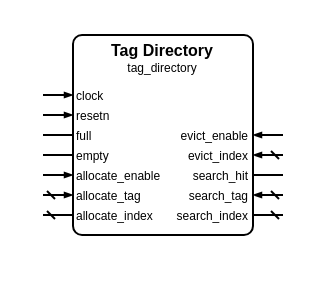
Above: sources/memory/tag_directory/tag_directory.symbol.drawio in Louis-DR/OmniCores-BuildingBlocks (draw.io), before the change. Source tidied: cells renumbered, new cells numbered last; positions are measured from the earlier drawing's top-left corner, leaving out a move shared by most shapes. Both pictures are drawn from the tidied source at 200%, with x=0, y=0 at pixel (42, 34).
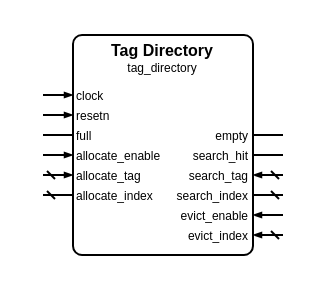
Above is the later version.

Commit message (it also covers changes not shown here):
[Doc] Updates of the symbols for tag directory and content addressable memory

The edit, as a diff of the source:
```diff
@@
     <mxCell id="2" style="group;" parent="1" vertex="1">
-      <mxGeometry width="120" height="100" as="geometry" />
+      <mxGeometry width="120" height="110" as="geometry" />
     </mxCell>
     <mxCell id="3" style="rounded=1;arcSize=5;fillColor=none;strokeWidth=1;strokeColor=black;whiteSpace=wrap;html=1;" parent="2" vertex="1">
-      <mxGeometry x="15" width="90" height="100" as="geometry" />
+      <mxGeometry x="15" width="90" height="110" as="geometry" />
     </mxCell>
@@
-    <mxCell id="12" value="evict_enable" style="text;html=1;align=right;verticalAlign=middle;whiteSpace=wrap;rounded=0;fontSize=6;fontStyle=0;fontColor=black;" parent="2" vertex="1">
-      <mxGeometry x="15" y="50" width="90" as="geometry" />
-    </mxCell>
-    <mxCell id="13" style="html=1;rounded=1;strokeWidth=1;strokeColor=black;startFill=0;startSize=2;startArrow=none;endFill=1;endSize=2;endArrow=blockThin;sourcePerimeterSpacing=0;" parent="2" edge="1">
-      <mxGeometry relative="1" as="geometry">
-        <mxPoint x="120" y="50" as="sourcePoint" />
-        <mxPoint x="105" y="50" as="targetPoint" />
-      </mxGeometry>
-    </mxCell>
-    <mxCell id="14" value="empty" style="text;html=1;align=left;verticalAlign=middle;whiteSpace=wrap;rounded=0;fontSize=6;fontStyle=0;fontColor=black;" parent="2" vertex="1">
-      <mxGeometry x="15" y="60" width="90" as="geometry" />
+    <mxCell id="14" value="empty" style="text;html=1;align=right;verticalAlign=middle;whiteSpace=wrap;rounded=0;fontSize=6;fontStyle=0;fontColor=black;" parent="2" vertex="1">
+      <mxGeometry x="15" y="50" width="90" as="geometry" />
     </mxCell>
     <mxCell id="15" style="html=1;rounded=1;strokeWidth=1;strokeColor=black;startFill=0;startSize=2;startArrow=none;endFill=1;endSize=2;endArrow=none;sourcePerimeterSpacing=0;" parent="2" edge="1">
       <mxGeometry relative="1" as="geometry">
-        <mxPoint y="60" as="sourcePoint" />
-        <mxPoint x="15" y="60" as="targetPoint" />
+        <mxPoint x="120" y="50" as="sourcePoint" />
+        <mxPoint x="105" y="50" as="targetPoint" />
       </mxGeometry>
     </mxCell>
-    <mxCell id="16" value="evict_index" style="text;html=1;align=right;verticalAlign=middle;whiteSpace=wrap;rounded=0;fontSize=6;fontStyle=0;fontColor=black;" parent="2" vertex="1">
-      <mxGeometry x="15" y="60" width="90" as="geometry" />
-    </mxCell>
-    <mxCell id="17" style="html=1;rounded=1;strokeWidth=1;strokeColor=black;startFill=0;startSize=2;startArrow=dash;endFill=1;endSize=2;endArrow=blockThin;sourcePerimeterSpacing=0;" parent="2" edge="1">
-      <mxGeometry relative="1" as="geometry">
-        <mxPoint x="120" y="60" as="sourcePoint" />
-        <mxPoint x="105" y="60" as="targetPoint" />
-      </mxGeometry>
-    </mxCell>
     <mxCell id="18" value="allocate_enable" style="text;html=1;align=left;verticalAlign=middle;whiteSpace=wrap;rounded=0;fontSize=6;fontStyle=0;fontColor=black;" parent="2" vertex="1">
-      <mxGeometry x="15" y="70" width="90" as="geometry" />
+      <mxGeometry x="15" y="60" width="90" as="geometry" />
     </mxCell>
     <mxCell id="19" style="html=1;rounded=1;strokeWidth=1;strokeColor=black;startFill=0;startSize=2;startArrow=none;endFill=1;endSize=2;endArrow=blockThin;sourcePerimeterSpacing=0;" parent="2" edge="1">
       <mxGeometry relative="1" as="geometry">
-        <mxPoint y="70" as="sourcePoint" />
-        <mxPoint x="15" y="70" as="targetPoint" />
+        <mxPoint y="60" as="sourcePoint" />
+        <mxPoint x="15" y="60" as="targetPoint" />
       </mxGeometry>
     </mxCell>
     <mxCell id="20" value="search_hit" style="text;html=1;align=right;verticalAlign=middle;whiteSpace=wrap;rounded=0;fontSize=6;fontStyle=0;fontColor=black;" parent="2" vertex="1">
-      <mxGeometry x="15" y="70" width="90" as="geometry" />
+      <mxGeometry x="15" y="60" width="90" as="geometry" />
     </mxCell>
     <mxCell id="21" style="html=1;rounded=1;strokeWidth=1;strokeColor=black;startFill=0;startSize=2;startArrow=none;endFill=1;endSize=2;endArrow=none;sourcePerimeterSpacing=0;" parent="2" edge="1">
       <mxGeometry relative="1" as="geometry">
-        <mxPoint x="120" y="70" as="sourcePoint" />
-        <mxPoint x="105" y="70" as="targetPoint" />
+        <mxPoint x="120" y="60" as="sourcePoint" />
+        <mxPoint x="105" y="60" as="targetPoint" />
       </mxGeometry>
     </mxCell>
     <mxCell id="22" value="allocate_tag" style="text;html=1;align=left;verticalAlign=middle;whiteSpace=wrap;rounded=0;fontSize=6;fontStyle=0;fontColor=black;" parent="2" vertex="1">
-      <mxGeometry x="15" y="80" width="90" as="geometry" />
+      <mxGeometry x="15" y="70" width="90" as="geometry" />
     </mxCell>
     <mxCell id="23" style="html=1;rounded=1;strokeWidth=1;strokeColor=black;startFill=0;startSize=2;startArrow=dash;endFill=1;endSize=2;endArrow=blockThin;sourcePerimeterSpacing=0;" parent="2" edge="1">
       <mxGeometry relative="1" as="geometry">
-        <mxPoint y="80" as="sourcePoint" />
-        <mxPoint x="15" y="80" as="targetPoint" />
+        <mxPoint y="70" as="sourcePoint" />
+        <mxPoint x="15" y="70" as="targetPoint" />
       </mxGeometry>
     </mxCell>
     <mxCell id="24" value="search_tag" style="text;html=1;align=right;verticalAlign=middle;whiteSpace=wrap;rounded=0;fontSize=6;fontStyle=0;fontColor=black;" parent="2" vertex="1">
-      <mxGeometry x="15" y="80" width="90" as="geometry" />
+      <mxGeometry x="15" y="70" width="90" as="geometry" />
     </mxCell>
     <mxCell id="25" style="html=1;rounded=1;strokeWidth=1;strokeColor=black;startFill=0;startSize=2;startArrow=dash;endFill=1;endSize=2;endArrow=blockThin;sourcePerimeterSpacing=0;" parent="2" edge="1">
       <mxGeometry relative="1" as="geometry">
-        <mxPoint x="120" y="80" as="sourcePoint" />
-        <mxPoint x="105" y="80" as="targetPoint" />
+        <mxPoint x="120" y="70" as="sourcePoint" />
+        <mxPoint x="105" y="70" as="targetPoint" />
       </mxGeometry>
     </mxCell>
     <mxCell id="26" value="allocate_index" style="text;html=1;align=left;verticalAlign=middle;whiteSpace=wrap;rounded=0;fontSize=6;fontStyle=0;fontColor=black;" parent="2" vertex="1">
-      <mxGeometry x="15" y="90" width="90" as="geometry" />
+      <mxGeometry x="15" y="80" width="90" as="geometry" />
     </mxCell>
     <mxCell id="27" style="html=1;rounded=1;strokeWidth=1;strokeColor=black;startFill=0;startSize=2;startArrow=dash;endFill=1;endSize=2;endArrow=none;sourcePerimeterSpacing=0;" parent="2" edge="1">
       <mxGeometry relative="1" as="geometry">
-        <mxPoint y="90" as="sourcePoint" />
-        <mxPoint x="15" y="90" as="targetPoint" />
+        <mxPoint y="80" as="sourcePoint" />
+        <mxPoint x="15" y="80" as="targetPoint" />
       </mxGeometry>
     </mxCell>
     <mxCell id="28" value="search_index" style="text;html=1;align=right;verticalAlign=middle;whiteSpace=wrap;rounded=0;fontSize=6;fontStyle=0;fontColor=black;" parent="2" vertex="1">
-      <mxGeometry x="15" y="90" width="90" as="geometry" />
+      <mxGeometry x="15" y="80" width="90" as="geometry" />
     </mxCell>
     <mxCell id="29" style="html=1;rounded=1;strokeWidth=1;strokeColor=black;startFill=0;startSize=2;startArrow=dash;endFill=1;endSize=2;endArrow=none;sourcePerimeterSpacing=0;" parent="2" edge="1">
       <mxGeometry relative="1" as="geometry">
-        <mxPoint x="120" y="90" as="sourcePoint" />
-        <mxPoint x="105" y="90" as="targetPoint" />
+        <mxPoint x="120" y="80" as="sourcePoint" />
+        <mxPoint x="105" y="80" as="targetPoint" />
       </mxGeometry>
     </mxCell>
+    <mxCell id="12" value="evict_enable" style="text;html=1;align=right;verticalAlign=middle;whiteSpace=wrap;rounded=0;fontSize=6;fontStyle=0;fontColor=black;" parent="2" vertex="1">
+      <mxGeometry x="15" y="90" width="90" as="geometry" />
+    </mxCell>
+    <mxCell id="13" style="html=1;rounded=1;strokeWidth=1;strokeColor=black;startFill=0;startSize=2;startArrow=none;endFill=1;endSize=2;endArrow=blockThin;sourcePerimeterSpacing=0;" parent="2" edge="1">
+      <mxGeometry relative="1" as="geometry">
+        <mxPoint x="120" y="90" as="sourcePoint" />
+        <mxPoint x="105" y="90" as="targetPoint" />
+      </mxGeometry>
+    </mxCell>
+    <mxCell id="16" value="evict_index" style="text;html=1;align=right;verticalAlign=middle;whiteSpace=wrap;rounded=0;fontSize=6;fontStyle=0;fontColor=black;" parent="2" vertex="1">
+      <mxGeometry x="15" y="100" width="90" as="geometry" />
+    </mxCell>
+    <mxCell id="17" style="html=1;rounded=1;strokeWidth=1;strokeColor=black;startFill=0;startSize=2;startArrow=dash;endFill=1;endSize=2;endArrow=blockThin;sourcePerimeterSpacing=0;" parent="2" edge="1">
+      <mxGeometry relative="1" as="geometry">
+        <mxPoint x="120" y="100" as="sourcePoint" />
+        <mxPoint x="105" y="100" as="targetPoint" />
+      </mxGeometry>
+    </mxCell>
```
